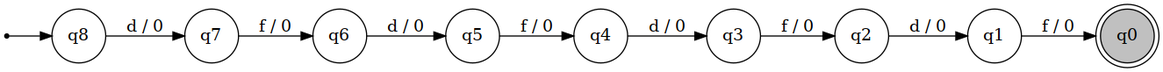
Above: graphs/poc_mast.png in lucasll37/CTC-34 (Graphviz), before the change. Its source is kept beside it as graphs/graphViz/poc_mast.dot.
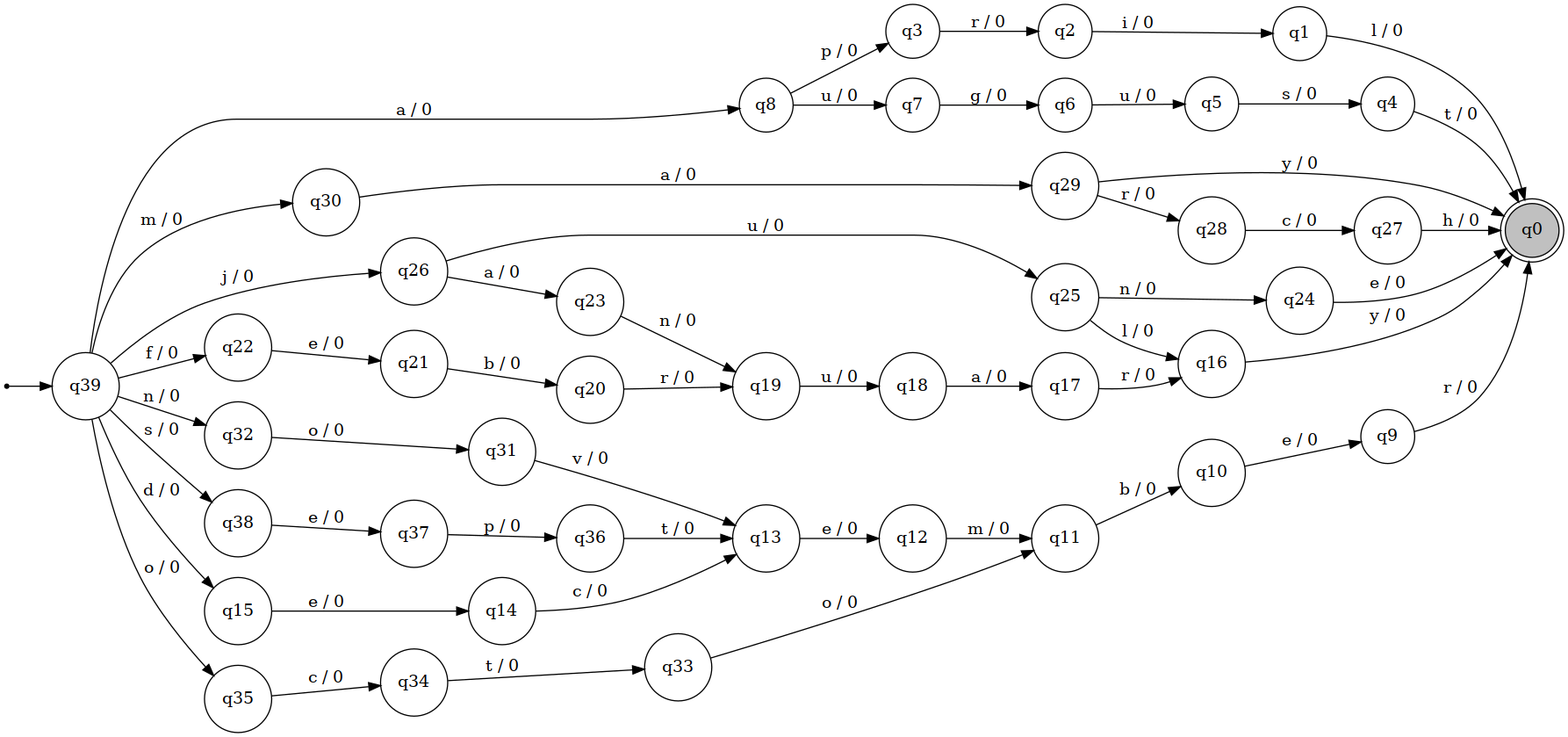
The same file after the commit.

Diff of the diagram source:
```diff
@@ -1,25 +1,99 @@
 digraph G {
 rankdir=LR;
+charset="utf8";
 node [shape=circle];
 ini [shape=point];
-ini -> q8;
+ini -> q39;
+	q38 [label="q38"];
+	q37 [label="q37"];
+	q36 [label="q36"];
+	q31 [label="q31"];
+	q9 [label="q9"];
+	q12 [label="q12"];
+	q13 [label="q13"];
+	q24 [label="q24"];
+	q10 [label="q10"];
 	q8 [label="q8"];
+	q29 [label="q29"];
 	q7 [label="q7"];
+	q33 [label="q33"];
 	q6 [label="q6"];
+	q4 [label="q4"];
+	q32 [label="q32"];
+	q2 [label="q2"];
+	q14 [label="q14"];
 	q5 [label="q5"];
-	q4 [label="q4"];
-	q3 [label="q3"];
-	q2 [label="q2"];
 	q1 [label="q1"];
 	q0 [label="q0"];
 	q0 [shape=doublecircle];
 	q0 [style=filled fillcolor=gray];
-	q8 -> q7 [label="d / 0"];
-	q7 -> q6 [label="f / 0"];
-	q6 -> q5 [label="d / 0"];
-	q5 -> q4 [label="f / 0"];
-	q4 -> q3 [label="d / 0"];
-	q3 -> q2 [label="f / 0"];
-	q2 -> q1 [label="d / 0"];
-	q1 -> q0 [label="f / 0"];
+	q27 [label="q27"];
+	q15 [label="q15"];
+	q16 [label="q16"];
+	q17 [label="q17"];
+	q30 [label="q30"];
+	q18 [label="q18"];
+	q26 [label="q26"];
+	q34 [label="q34"];
+	q3 [label="q3"];
+	q19 [label="q19"];
+	q20 [label="q20"];
+	q21 [label="q21"];
+	q22 [label="q22"];
+	q35 [label="q35"];
+	q23 [label="q23"];
+	q39 [label="q39"];
+	q11 [label="q11"];
+	q25 [label="q25"];
+	q28 [label="q28"];
+	q38 -> q37 [label="e / 0"];
+	q37 -> q36 [label="p / 0"];
+	q36 -> q13 [label="t / 0"];
+	q31 -> q13 [label="v / 0"];
+	q9 -> q0 [label="r / 0"];
+	q12 -> q11 [label="m / 0"];
+	q13 -> q12 [label="e / 0"];
+	q24 -> q0 [label="e / 0"];
+	q10 -> q9 [label="e / 0"];
+	q8 -> q3 [label="p / 0"];
+	q8 -> q7 [label="u / 0"];
+	q29 -> q28 [label="r / 0"];
+	q29 -> q0 [label="y / 0"];
+	q7 -> q6 [label="g / 0"];
+	q33 -> q11 [label="o / 0"];
+	q6 -> q5 [label="u / 0"];
+	q4 -> q0 [label="t / 0"];
+	q32 -> q31 [label="o / 0"];
+	q2 -> q1 [label="i / 0"];
+	q14 -> q13 [label="c / 0"];
+	q5 -> q4 [label="s / 0"];
+	q1 -> q0 [label="l / 0"];
+	q27 -> q0 [label="h / 0"];
+	q15 -> q14 [label="e / 0"];
+	q16 -> q0 [label="y / 0"];
+	q17 -> q16 [label="r / 0"];
+	q30 -> q29 [label="a / 0"];
+	q18 -> q17 [label="a / 0"];
+	q26 -> q23 [label="a / 0"];
+	q26 -> q25 [label="u / 0"];
+	q34 -> q33 [label="t / 0"];
+	q3 -> q2 [label="r / 0"];
+	q19 -> q18 [label="u / 0"];
+	q20 -> q19 [label="r / 0"];
+	q21 -> q20 [label="b / 0"];
+	q22 -> q21 [label="e / 0"];
+	q35 -> q34 [label="c / 0"];
+	q23 -> q19 [label="n / 0"];
+	q39 -> q8 [label="a / 0"];
+	q39 -> q32 [label="n / 0"];
+	q39 -> q15 [label="d / 0"];
+	q39 -> q22 [label="f / 0"];
+	q39 -> q38 [label="s / 0"];
+	q39 -> q26 [label="j / 0"];
+	q39 -> q30 [label="m / 0"];
+	q39 -> q35 [label="o / 0"];
+	q11 -> q10 [label="b / 0"];
+	q25 -> q16 [label="l / 0"];
+	q25 -> q24 [label="n / 0"];
+	q28 -> q27 [label="c / 0"];
 }
```
